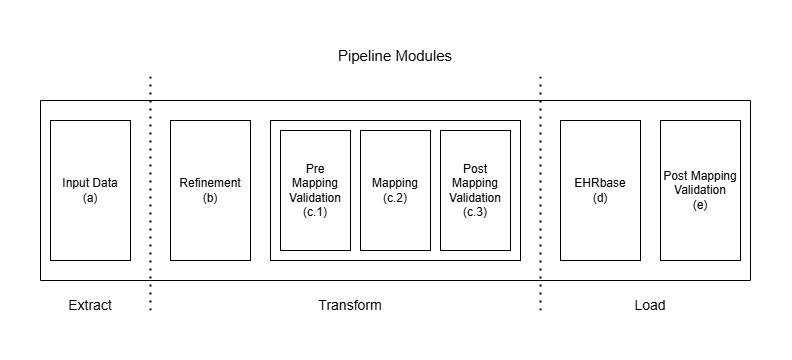
4KSHAT0p/Major keeps this draw.io diagram as res/Untitled Diagram.drawio (1).png. Above is the earlier version. Source tidied: cells renumbered, new cells last; positions are measured from the earlier drawing's top-left corner, leaving out a move shared by most shapes.
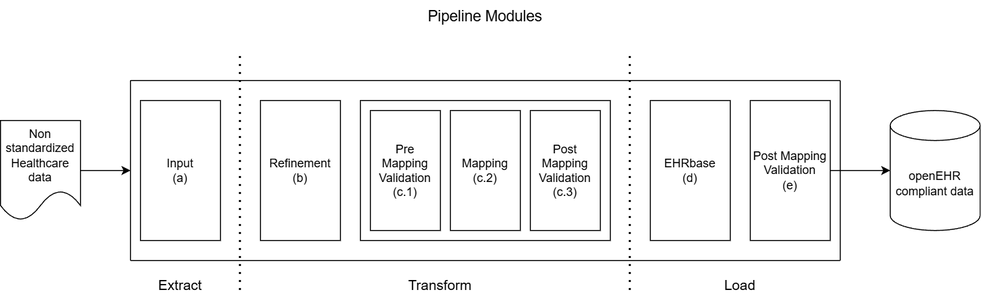
The same file after the commit.

The edit, as a diff of the source:
```diff
@@ -11,7 +11,7 @@
     <mxCell id="4" value="Mapping&lt;div&gt;(c.2)&lt;/div&gt;" style="rounded=0;whiteSpace=wrap;html=1;" parent="1" vertex="1">
       <mxGeometry x="320" y="90" width="70" height="120" as="geometry" />
     </mxCell>
-    <mxCell id="5" value="Input Data&lt;div&gt;(a)&lt;/div&gt;" style="rounded=0;whiteSpace=wrap;html=1;" parent="1" vertex="1">
+    <mxCell id="5" value="Input&lt;div&gt;(a)&lt;/div&gt;" style="rounded=0;whiteSpace=wrap;html=1;" parent="1" vertex="1">
       <mxGeometry x="10" y="80" width="80" height="140" as="geometry" />
     </mxCell>
     <mxCell id="6" value="Pre Mapping Validation&lt;br&gt;&lt;div&gt;(c.1)&lt;/div&gt;" style="rounded=0;whiteSpace=wrap;html=1;" parent="1" vertex="1">
@@ -72,7 +72,21 @@
       <mxGeometry x="580" y="250" width="60" height="30" as="geometry" />
     </mxCell>
     <mxCell id="19" value="&lt;span style=&quot;font-size: 15px;&quot;&gt;Pipeline Modules&lt;/span&gt;" style="text;html=1;whiteSpace=wrap;strokeColor=none;fillColor=none;align=center;verticalAlign=middle;rounded=0;" parent="1" vertex="1">
-      <mxGeometry x="290" width="130" height="30" as="geometry" />
+      <mxGeometry x="290" y="-20" width="130" height="30" as="geometry" />
     </mxCell>
+    <mxCell id="20" style="edgeStyle=orthogonalEdgeStyle;rounded=0;jettySize=auto;html=1;" parent="1" edge="1" source="21">
+      <mxGeometry relative="1" as="geometry">
+        <mxPoint y="150" as="targetPoint" />
+      </mxGeometry>
+    </mxCell>
+    <mxCell id="21" value="Non standardized Healthcare data" style="shape=document;whiteSpace=wrap;html=1;boundedLbl=1;" parent="1" vertex="1">
+      <mxGeometry x="-130" y="100" width="80" height="100" as="geometry" />
+    </mxCell>
+    <mxCell id="22" value="openEHR compliant data" style="shape=cylinder3;whiteSpace=wrap;html=1;boundedLbl=1;backgroundOutline=1;size=15;" parent="1" vertex="1">
+      <mxGeometry x="760" y="90" width="90" height="120" as="geometry" />
+    </mxCell>
+    <mxCell id="23" style="edgeStyle=orthogonalEdgeStyle;rounded=0;jettySize=auto;html=1;entryX=0;entryY=0.5;entryDx=0;entryDy=0;entryPerimeter=0;" parent="1" edge="1" source="9" target="22">
+      <mxGeometry relative="1" as="geometry" />
+    </mxCell>
   </root>
 </mxGraphModel>
```
